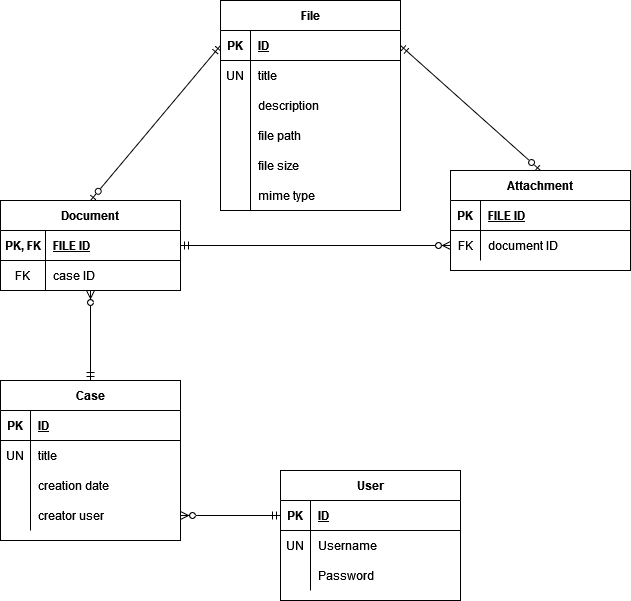
The draw.io diagram Models/models.drawio.png in EvalVis/Data-storage-simulator, before a commit. Source tidied: cells renumbered, new cells last; positions are measured from the earlier drawing's top-left corner, leaving out a move shared by most shapes.
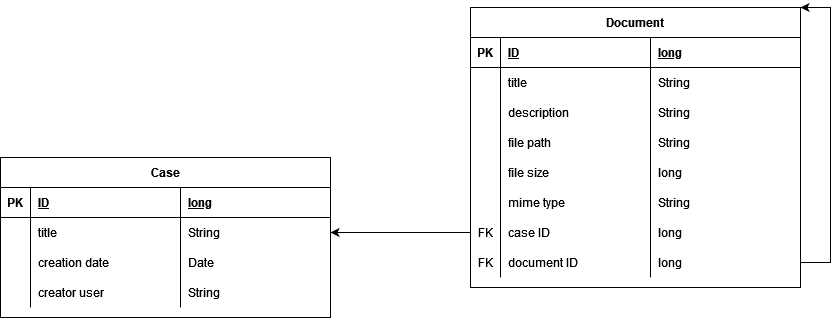
After the change.

Change to the diagram source:
```diff
@@ -5,6 +5,6 @@
     <mxCell id="2" value="Case" style="shape=table;startSize=30;rowLines=0;fontStyle=1;align=center;" parent="1" vertex="1">
-      <mxGeometry y="380" width="180" height="160" as="geometry" />
+      <mxGeometry x="-170" y="190" width="330" height="160" as="geometry" />
     </mxCell>
     <mxCell id="3" style="shape=tableRow;horizontal=0;startSize=0;swimlaneHead=0;swimlaneBody=0;fillColor=none;top=0;left=0;right=0;bottom=1;" parent="2" vertex="1">
-      <mxGeometry y="30" width="180" height="30" as="geometry" />
+      <mxGeometry y="30" width="330" height="30" as="geometry" />
     </mxCell>
@@ -16,6 +16,9 @@
     </mxCell>
+    <mxCell id="63" value="long" style="shape=partialRectangle;fillColor=none;top=0;left=0;bottom=0;right=0;align=left;spacingLeft=6;fontStyle=5;overflow=hidden;" parent="3" vertex="1">
+      <mxGeometry x="180" width="150" height="30" as="geometry" />
+    </mxCell>
     <mxCell id="6" style="shape=tableRow;horizontal=0;startSize=0;swimlaneHead=0;swimlaneBody=0;fillColor=none;points=[[0,0.5],[1,0.5]];portConstraint=eastwest;top=0;left=0;right=0;bottom=0;" parent="2" vertex="1">
-      <mxGeometry y="60" width="180" height="30" as="geometry" />
+      <mxGeometry y="60" width="330" height="30" as="geometry" />
     </mxCell>
-    <mxCell id="7" value="UN" style="shape=partialRectangle;fillColor=none;top=0;left=0;bottom=0;right=0;overflow=hidden;" parent="6" vertex="1">
+    <mxCell id="7" style="shape=partialRectangle;fillColor=none;top=0;left=0;bottom=0;right=0;overflow=hidden;" parent="6" vertex="1">
       <mxGeometry width="30" height="30" as="geometry" />
@@ -25,4 +28,7 @@
     </mxCell>
+    <mxCell id="64" value="String" style="shape=partialRectangle;fillColor=none;top=0;left=0;bottom=0;right=0;align=left;spacingLeft=6;overflow=hidden;" parent="6" vertex="1">
+      <mxGeometry x="180" width="150" height="30" as="geometry" />
+    </mxCell>
     <mxCell id="9" style="shape=tableRow;horizontal=0;startSize=0;swimlaneHead=0;swimlaneBody=0;fillColor=none;top=0;left=0;right=0;bottom=0;" parent="2" vertex="1">
-      <mxGeometry y="90" width="180" height="30" as="geometry" />
+      <mxGeometry y="90" width="330" height="30" as="geometry" />
     </mxCell>
@@ -34,4 +40,7 @@
     </mxCell>
+    <mxCell id="65" value="Date" style="shape=partialRectangle;fillColor=none;top=0;left=0;bottom=0;right=0;align=left;spacingLeft=6;overflow=hidden;" parent="9" vertex="1">
+      <mxGeometry x="180" width="150" height="30" as="geometry" />
+    </mxCell>
     <mxCell id="12" style="shape=tableRow;horizontal=0;startSize=0;swimlaneHead=0;swimlaneBody=0;fillColor=none;points=[[0,0.5],[1,0.5]];portConstraint=eastwest;top=0;left=0;right=0;bottom=0;" parent="2" vertex="1">
-      <mxGeometry y="120" width="180" height="30" as="geometry" />
+      <mxGeometry y="120" width="330" height="30" as="geometry" />
     </mxCell>
@@ -43,148 +52,115 @@
     </mxCell>
+    <mxCell id="66" value="String" style="shape=partialRectangle;fillColor=none;top=0;left=0;bottom=0;right=0;align=left;spacingLeft=6;overflow=hidden;" parent="12" vertex="1">
+      <mxGeometry x="180" width="150" height="30" as="geometry" />
+    </mxCell>
     <mxCell id="15" value="Document" style="shape=table;startSize=30;rowLines=0;fontStyle=1;align=center;" parent="1" vertex="1">
-      <mxGeometry y="200" width="180" height="90" as="geometry" />
+      <mxGeometry x="300" y="40" width="330" height="280" as="geometry" />
     </mxCell>
-    <mxCell id="16" style="shape=tableRow;horizontal=0;startSize=0;swimlaneHead=0;swimlaneBody=0;fillColor=none;points=[[0,0.5],[1,0.5]];portConstraint=eastwest;top=0;left=0;right=0;bottom=1;" parent="15" vertex="1">
-      <mxGeometry y="30" width="180" height="30" as="geometry" />
-    </mxCell>
-    <mxCell id="17" value="PK, FK" style="shape=partialRectangle;fillColor=none;top=0;left=0;bottom=0;right=0;fontStyle=1;overflow=hidden;" parent="16" vertex="1">
-      <mxGeometry width="45" height="30" as="geometry" />
-    </mxCell>
-    <mxCell id="18" value="FILE ID" style="shape=partialRectangle;fillColor=none;top=0;left=0;bottom=0;right=0;align=left;spacingLeft=6;fontStyle=5;overflow=hidden;" parent="16" vertex="1">
-      <mxGeometry x="45" width="135" height="30" as="geometry" />
-    </mxCell>
-    <mxCell id="19" style="shape=tableRow;horizontal=0;startSize=0;swimlaneHead=0;swimlaneBody=0;fillColor=none;top=0;left=0;right=0;bottom=0;" parent="15" vertex="1">
-      <mxGeometry y="60" width="180" height="30" as="geometry" />
-    </mxCell>
-    <mxCell id="20" value="FK" style="shape=partialRectangle;fillColor=none;top=0;left=0;bottom=0;right=0;overflow=hidden;" parent="19" vertex="1">
-      <mxGeometry width="45" height="30" as="geometry" />
-    </mxCell>
+    <mxCell id="67" style="shape=tableRow;horizontal=0;startSize=0;swimlaneHead=0;swimlaneBody=0;fillColor=none;top=0;left=0;right=0;bottom=1;" parent="15" vertex="1">
+      <mxGeometry y="30" width="330" height="30" as="geometry" />
+    </mxCell>
+    <mxCell id="68" value="PK" style="shape=partialRectangle;fillColor=none;top=0;left=0;bottom=0;right=0;fontStyle=1;overflow=hidden;" parent="67" vertex="1">
+      <mxGeometry width="30" height="30" as="geometry" />
+    </mxCell>
+    <mxCell id="69" value="ID" style="shape=partialRectangle;fillColor=none;top=0;left=0;bottom=0;right=0;align=left;spacingLeft=6;fontStyle=5;overflow=hidden;" parent="67" vertex="1">
+      <mxGeometry x="30" width="150" height="30" as="geometry" />
+    </mxCell>
+    <mxCell id="70" value="long" style="shape=partialRectangle;fillColor=none;top=0;left=0;bottom=0;right=0;align=left;spacingLeft=6;fontStyle=5;overflow=hidden;" parent="67" vertex="1">
+      <mxGeometry x="180" width="150" height="30" as="geometry" />
+    </mxCell>
+    <mxCell id="71" style="shape=tableRow;horizontal=0;startSize=0;swimlaneHead=0;swimlaneBody=0;fillColor=none;top=0;left=0;right=0;bottom=0;" parent="15" vertex="1">
+      <mxGeometry y="60" width="330" height="30" as="geometry" />
+    </mxCell>
+    <mxCell id="72" style="shape=partialRectangle;fillColor=none;top=0;left=0;bottom=0;right=0;overflow=hidden;" parent="71" vertex="1">
+      <mxGeometry width="30" height="30" as="geometry" />
+    </mxCell>
+    <mxCell id="47" value="title" style="shape=partialRectangle;fillColor=none;top=0;left=0;bottom=0;right=0;align=left;spacingLeft=6;overflow=hidden;" parent="71" vertex="1">
+      <mxGeometry x="30" width="150" height="30" as="geometry" />
+    </mxCell>
+    <mxCell id="73" value="String" style="shape=partialRectangle;fillColor=none;top=0;left=0;bottom=0;right=0;align=left;spacingLeft=6;overflow=hidden;" parent="71" vertex="1">
+      <mxGeometry x="180" width="150" height="30" as="geometry" />
+    </mxCell>
+    <mxCell id="74" style="shape=tableRow;horizontal=0;startSize=0;swimlaneHead=0;swimlaneBody=0;fillColor=none;top=0;left=0;right=0;bottom=0;" parent="15" vertex="1">
+      <mxGeometry y="90" width="330" height="30" as="geometry" />
+    </mxCell>
+    <mxCell id="75" style="shape=partialRectangle;fillColor=none;top=0;left=0;bottom=0;right=0;overflow=hidden;" parent="74" vertex="1">
+      <mxGeometry width="30" height="30" as="geometry" />
+    </mxCell>
+    <mxCell id="50" value="description" style="shape=partialRectangle;fillColor=none;top=0;left=0;bottom=0;right=0;align=left;spacingLeft=6;overflow=hidden;" parent="74" vertex="1">
+      <mxGeometry x="30" width="150" height="30" as="geometry" />
+    </mxCell>
+    <mxCell id="76" value="String" style="shape=partialRectangle;fillColor=none;top=0;left=0;bottom=0;right=0;align=left;spacingLeft=6;overflow=hidden;" parent="74" vertex="1">
+      <mxGeometry x="180" width="150" height="30" as="geometry" />
+    </mxCell>
+    <mxCell id="77" style="shape=tableRow;horizontal=0;startSize=0;swimlaneHead=0;swimlaneBody=0;fillColor=none;top=0;left=0;right=0;bottom=0;" parent="15" vertex="1">
+      <mxGeometry y="120" width="330" height="30" as="geometry" />
+    </mxCell>
+    <mxCell id="78" style="shape=partialRectangle;fillColor=none;top=0;left=0;bottom=0;right=0;overflow=hidden;" parent="77" vertex="1">
+      <mxGeometry width="30" height="30" as="geometry" />
+    </mxCell>
+    <mxCell id="53" value="file path" style="shape=partialRectangle;fillColor=none;top=0;left=0;bottom=0;right=0;align=left;spacingLeft=6;overflow=hidden;" parent="77" vertex="1">
+      <mxGeometry x="30" width="150" height="30" as="geometry" />
+    </mxCell>
+    <mxCell id="79" value="String" style="shape=partialRectangle;fillColor=none;top=0;left=0;bottom=0;right=0;align=left;spacingLeft=6;overflow=hidden;" parent="77" vertex="1">
+      <mxGeometry x="180" width="150" height="30" as="geometry" />
+    </mxCell>
+    <mxCell id="80" style="shape=tableRow;horizontal=0;startSize=0;swimlaneHead=0;swimlaneBody=0;fillColor=none;top=0;left=0;right=0;bottom=0;" parent="15" vertex="1">
+      <mxGeometry y="150" width="330" height="30" as="geometry" />
+    </mxCell>
+    <mxCell id="81" style="shape=partialRectangle;fillColor=none;top=0;left=0;bottom=0;right=0;overflow=hidden;" parent="80" vertex="1">
+      <mxGeometry width="30" height="30" as="geometry" />
+    </mxCell>
+    <mxCell id="56" value="file size" style="shape=partialRectangle;fillColor=none;top=0;left=0;bottom=0;right=0;align=left;spacingLeft=6;overflow=hidden;" parent="80" vertex="1">
+      <mxGeometry x="30" width="150" height="30" as="geometry" />
+    </mxCell>
+    <mxCell id="82" value="long" style="shape=partialRectangle;fillColor=none;top=0;left=0;bottom=0;right=0;align=left;spacingLeft=6;overflow=hidden;" parent="80" vertex="1">
+      <mxGeometry x="180" width="150" height="30" as="geometry" />
+    </mxCell>
+    <mxCell id="83" style="shape=tableRow;horizontal=0;startSize=0;swimlaneHead=0;swimlaneBody=0;fillColor=none;top=0;left=0;right=0;bottom=0;" parent="15" vertex="1">
+      <mxGeometry y="180" width="330" height="30" as="geometry" />
+    </mxCell>
+    <mxCell id="84" style="shape=partialRectangle;fillColor=none;top=0;left=0;bottom=0;right=0;overflow=hidden;" parent="83" vertex="1">
+      <mxGeometry width="30" height="30" as="geometry" />
+    </mxCell>
+    <mxCell id="59" value="mime type" style="shape=partialRectangle;fillColor=none;top=0;left=0;bottom=0;right=0;align=left;spacingLeft=6;overflow=hidden;" parent="83" vertex="1">
+      <mxGeometry x="30" width="150" height="30" as="geometry" />
+    </mxCell>
+    <mxCell id="85" value="String" style="shape=partialRectangle;fillColor=none;top=0;left=0;bottom=0;right=0;align=left;spacingLeft=6;overflow=hidden;" parent="83" vertex="1">
+      <mxGeometry x="180" width="150" height="30" as="geometry" />
+    </mxCell>
+    <mxCell id="86" style="shape=tableRow;horizontal=0;startSize=0;swimlaneHead=0;swimlaneBody=0;fillColor=none;points=[[0,0.5],[1,0.5]];portConstraint=eastwest;top=0;left=0;right=0;bottom=0;" parent="15" vertex="1">
+      <mxGeometry y="210" width="330" height="30" as="geometry" />
+    </mxCell>
+    <mxCell id="87" value="FK" style="shape=partialRectangle;fillColor=none;top=0;left=0;bottom=0;right=0;overflow=hidden;" parent="86" vertex="1">
+      <mxGeometry width="30" height="30" as="geometry" />
+    </mxCell>
-    <mxCell id="21" value="case ID" style="shape=partialRectangle;fillColor=none;top=0;left=0;bottom=0;right=0;align=left;spacingLeft=6;overflow=hidden;" parent="19" vertex="1">
-      <mxGeometry x="45" width="135" height="30" as="geometry" />
+    <mxCell id="21" value="case ID" style="shape=partialRectangle;fillColor=none;top=0;left=0;bottom=0;right=0;align=left;spacingLeft=6;overflow=hidden;" parent="86" vertex="1">
+      <mxGeometry x="30" width="150" height="30" as="geometry" />
     </mxCell>
-    <mxCell id="22" value="Attachment" style="shape=table;startSize=30;rowLines=0;fontStyle=1;align=center;" parent="1" vertex="1">
-      <mxGeometry x="450" y="170" width="180" height="100" as="geometry" />
-    </mxCell>
-    <mxCell id="23" style="shape=tableRow;horizontal=0;startSize=0;swimlaneHead=0;swimlaneBody=0;fillColor=none;top=0;left=0;right=0;bottom=1;" parent="22" vertex="1">
-      <mxGeometry y="30" width="180" height="30" as="geometry" />
-    </mxCell>
-    <mxCell id="24" value="PK" style="shape=partialRectangle;fillColor=none;top=0;left=0;bottom=0;right=0;fontStyle=1;overflow=hidden;" parent="23" vertex="1">
-      <mxGeometry width="30" height="30" as="geometry" />
-    </mxCell>
-    <mxCell id="25" value="FILE ID" style="shape=partialRectangle;fillColor=none;top=0;left=0;bottom=0;right=0;align=left;spacingLeft=6;fontStyle=5;overflow=hidden;" parent="23" vertex="1">
-      <mxGeometry x="30" width="150" height="30" as="geometry" />
-    </mxCell>
-    <mxCell id="26" style="shape=tableRow;horizontal=0;startSize=0;swimlaneHead=0;swimlaneBody=0;fillColor=none;points=[[0,0.5],[1,0.5]];portConstraint=eastwest;top=0;left=0;right=0;bottom=0;" parent="22" vertex="1">
-      <mxGeometry y="60" width="180" height="30" as="geometry" />
-    </mxCell>
-    <mxCell id="27" value="FK" style="shape=partialRectangle;fillColor=none;top=0;left=0;bottom=0;right=0;overflow=hidden;" parent="26" vertex="1">
-      <mxGeometry width="30" height="30" as="geometry" />
-    </mxCell>
+    <mxCell id="88" value="long" style="shape=partialRectangle;fillColor=none;top=0;left=0;bottom=0;right=0;align=left;spacingLeft=6;overflow=hidden;" parent="86" vertex="1">
+      <mxGeometry x="180" width="150" height="30" as="geometry" />
+    </mxCell>
+    <mxCell id="89" style="shape=tableRow;horizontal=0;startSize=0;swimlaneHead=0;swimlaneBody=0;fillColor=none;points=[[0,0.5],[1,0.5]];portConstraint=eastwest;top=0;left=0;right=0;bottom=0;" parent="15" vertex="1">
+      <mxGeometry y="240" width="330" height="30" as="geometry" />
+    </mxCell>
+    <mxCell id="90" value="FK" style="shape=partialRectangle;fillColor=none;top=0;left=0;bottom=0;right=0;overflow=hidden;" parent="89" vertex="1">
+      <mxGeometry width="30" height="30" as="geometry" />
+    </mxCell>
-    <mxCell id="28" value="document ID" style="shape=partialRectangle;fillColor=none;top=0;left=0;bottom=0;right=0;align=left;spacingLeft=6;overflow=hidden;" parent="26" vertex="1">
+    <mxCell id="28" value="document ID" style="shape=partialRectangle;fillColor=none;top=0;left=0;bottom=0;right=0;align=left;spacingLeft=6;overflow=hidden;" parent="89" vertex="1">
       <mxGeometry x="30" width="150" height="30" as="geometry" />
     </mxCell>
-    <mxCell id="29" style="endArrow=ERmandOne;html=1;rounded=0;entryX=1;entryY=0.5;entryDx=0;entryDy=0;exitX=0;exitY=0.5;exitDx=0;exitDy=0;startArrow=ERzeroToMany;startFill=0;endFill=0;" parent="1" edge="1" source="26" target="16">
-      <mxGeometry relative="1" as="geometry" />
-    </mxCell>
-    <mxCell id="30" value="User" style="shape=table;startSize=30;rowLines=0;fontStyle=1;align=center;" parent="1" vertex="1">
-      <mxGeometry x="280" y="470" width="180" height="130" as="geometry" />
-    </mxCell>
-    <mxCell id="31" style="shape=tableRow;horizontal=0;startSize=0;swimlaneHead=0;swimlaneBody=0;fillColor=none;points=[[0,0.5],[1,0.5]];portConstraint=eastwest;top=0;left=0;right=0;bottom=1;" parent="30" vertex="1">
-      <mxGeometry y="30" width="180" height="30" as="geometry" />
-    </mxCell>
-    <mxCell id="32" value="PK" style="shape=partialRectangle;fillColor=none;top=0;left=0;bottom=0;right=0;fontStyle=1;overflow=hidden;" parent="31" vertex="1">
-      <mxGeometry width="30" height="30" as="geometry" />
-    </mxCell>
-    <mxCell id="33" value="ID" style="shape=partialRectangle;fillColor=none;top=0;left=0;bottom=0;right=0;align=left;spacingLeft=6;fontStyle=5;overflow=hidden;" parent="31" vertex="1">
-      <mxGeometry x="30" width="150" height="30" as="geometry" />
-    </mxCell>
-    <mxCell id="34" style="shape=tableRow;horizontal=0;startSize=0;swimlaneHead=0;swimlaneBody=0;fillColor=none;top=0;left=0;right=0;bottom=0;" parent="30" vertex="1">
-      <mxGeometry y="60" width="180" height="30" as="geometry" />
-    </mxCell>
-    <mxCell id="35" value="UN" style="shape=partialRectangle;fillColor=none;top=0;left=0;bottom=0;right=0;overflow=hidden;" parent="34" vertex="1">
-      <mxGeometry width="30" height="30" as="geometry" />
-    </mxCell>
-    <mxCell id="36" value="Username" style="shape=partialRectangle;fillColor=none;top=0;left=0;bottom=0;right=0;align=left;spacingLeft=6;overflow=hidden;" parent="34" vertex="1">
-      <mxGeometry x="30" width="150" height="30" as="geometry" />
-    </mxCell>
-    <mxCell id="37" style="shape=tableRow;horizontal=0;startSize=0;swimlaneHead=0;swimlaneBody=0;fillColor=none;top=0;left=0;right=0;bottom=0;" parent="30" vertex="1">
-      <mxGeometry y="90" width="180" height="30" as="geometry" />
-    </mxCell>
-    <mxCell id="38" style="shape=partialRectangle;fillColor=none;top=0;left=0;bottom=0;right=0;overflow=hidden;" parent="37" vertex="1">
-      <mxGeometry width="30" height="30" as="geometry" />
-    </mxCell>
-    <mxCell id="39" value="Password" style="shape=partialRectangle;fillColor=none;top=0;left=0;bottom=0;right=0;align=left;spacingLeft=6;overflow=hidden;" parent="37" vertex="1">
-      <mxGeometry x="30" width="150" height="30" as="geometry" />
-    </mxCell>
-    <mxCell id="40" style="endArrow=ERmandOne;html=1;rounded=0;entryX=0;entryY=0.5;entryDx=0;entryDy=0;exitX=1;exitY=0.5;exitDx=0;exitDy=0;endFill=0;startArrow=ERzeroToMany;startFill=0;" parent="1" edge="1" source="12" target="31">
-      <mxGeometry relative="1" as="geometry" />
-    </mxCell>
-    <mxCell id="41" value="File" style="shape=table;startSize=30;rowLines=0;fontStyle=1;align=center;" parent="1" vertex="1">
-      <mxGeometry x="220" width="180" height="210" as="geometry" />
-    </mxCell>
-    <mxCell id="42" style="shape=tableRow;horizontal=0;startSize=0;swimlaneHead=0;swimlaneBody=0;fillColor=none;points=[[0,0.5],[1,0.5]];portConstraint=eastwest;top=0;left=0;right=0;bottom=1;" parent="41" vertex="1">
-      <mxGeometry y="30" width="180" height="30" as="geometry" />
-    </mxCell>
-    <mxCell id="43" value="PK" style="shape=partialRectangle;fillColor=none;top=0;left=0;bottom=0;right=0;fontStyle=1;overflow=hidden;" parent="42" vertex="1">
-      <mxGeometry width="30" height="30" as="geometry" />
-    </mxCell>
-    <mxCell id="44" value="ID" style="shape=partialRectangle;fillColor=none;top=0;left=0;bottom=0;right=0;align=left;spacingLeft=6;fontStyle=5;overflow=hidden;" parent="42" vertex="1">
-      <mxGeometry x="30" width="150" height="30" as="geometry" />
-    </mxCell>
-    <mxCell id="45" style="shape=tableRow;horizontal=0;startSize=0;swimlaneHead=0;swimlaneBody=0;fillColor=none;top=0;left=0;right=0;bottom=0;" parent="41" vertex="1">
-      <mxGeometry y="60" width="180" height="30" as="geometry" />
-    </mxCell>
-    <mxCell id="46" value="UN" style="shape=partialRectangle;fillColor=none;top=0;left=0;bottom=0;right=0;overflow=hidden;" parent="45" vertex="1">
-      <mxGeometry width="30" height="30" as="geometry" />
-    </mxCell>
-    <mxCell id="47" value="title" style="shape=partialRectangle;fillColor=none;top=0;left=0;bottom=0;right=0;align=left;spacingLeft=6;overflow=hidden;" parent="45" vertex="1">
-      <mxGeometry x="30" width="150" height="30" as="geometry" />
-    </mxCell>
-    <mxCell id="48" style="shape=tableRow;horizontal=0;startSize=0;swimlaneHead=0;swimlaneBody=0;fillColor=none;top=0;left=0;right=0;bottom=0;" parent="41" vertex="1">
-      <mxGeometry y="90" width="180" height="30" as="geometry" />
-    </mxCell>
-    <mxCell id="49" style="shape=partialRectangle;fillColor=none;top=0;left=0;bottom=0;right=0;overflow=hidden;" parent="48" vertex="1">
-      <mxGeometry width="30" height="30" as="geometry" />
-    </mxCell>
-    <mxCell id="50" value="description" style="shape=partialRectangle;fillColor=none;top=0;left=0;bottom=0;right=0;align=left;spacingLeft=6;overflow=hidden;" parent="48" vertex="1">
-      <mxGeometry x="30" width="150" height="30" as="geometry" />
-    </mxCell>
-    <mxCell id="51" style="shape=tableRow;horizontal=0;startSize=0;swimlaneHead=0;swimlaneBody=0;fillColor=none;top=0;left=0;right=0;bottom=0;" parent="41" vertex="1">
-      <mxGeometry y="120" width="180" height="30" as="geometry" />
-    </mxCell>
-    <mxCell id="52" style="shape=partialRectangle;fillColor=none;top=0;left=0;bottom=0;right=0;overflow=hidden;" parent="51" vertex="1">
-      <mxGeometry width="30" height="30" as="geometry" />
-    </mxCell>
-    <mxCell id="53" value="file path" style="shape=partialRectangle;fillColor=none;top=0;left=0;bottom=0;right=0;align=left;spacingLeft=6;overflow=hidden;" parent="51" vertex="1">
-      <mxGeometry x="30" width="150" height="30" as="geometry" />
-    </mxCell>
-    <mxCell id="54" style="shape=tableRow;horizontal=0;startSize=0;swimlaneHead=0;swimlaneBody=0;fillColor=none;top=0;left=0;right=0;bottom=0;" parent="41" vertex="1">
-      <mxGeometry y="150" width="180" height="30" as="geometry" />
-    </mxCell>
-    <mxCell id="55" style="shape=partialRectangle;fillColor=none;top=0;left=0;bottom=0;right=0;overflow=hidden;" parent="54" vertex="1">
-      <mxGeometry width="30" height="30" as="geometry" />
-    </mxCell>
-    <mxCell id="56" value="file size" style="shape=partialRectangle;fillColor=none;top=0;left=0;bottom=0;right=0;align=left;spacingLeft=6;overflow=hidden;" parent="54" vertex="1">
-      <mxGeometry x="30" width="150" height="30" as="geometry" />
-    </mxCell>
-    <mxCell id="57" style="shape=tableRow;horizontal=0;startSize=0;swimlaneHead=0;swimlaneBody=0;fillColor=none;top=0;left=0;right=0;bottom=0;" parent="41" vertex="1">
-      <mxGeometry y="180" width="180" height="30" as="geometry" />
-    </mxCell>
-    <mxCell id="58" style="shape=partialRectangle;fillColor=none;top=0;left=0;bottom=0;right=0;overflow=hidden;" parent="57" vertex="1">
-      <mxGeometry width="30" height="30" as="geometry" />
-    </mxCell>
-    <mxCell id="59" value="mime type" style="shape=partialRectangle;fillColor=none;top=0;left=0;bottom=0;right=0;align=left;spacingLeft=6;overflow=hidden;" parent="57" vertex="1">
-      <mxGeometry x="30" width="150" height="30" as="geometry" />
-    </mxCell>
-    <mxCell id="60" style="endArrow=ERmandOne;html=1;rounded=0;exitX=0.5;exitY=0;exitDx=0;exitDy=0;entryX=0;entryY=0.5;entryDx=0;entryDy=0;endFill=0;startArrow=ERzeroToOne;startFill=0;" parent="1" edge="1" source="15" target="42">
-      <mxGeometry relative="1" as="geometry" />
-    </mxCell>
-    <mxCell id="61" style="endArrow=ERmandOne;html=1;rounded=0;exitX=0.5;exitY=0;exitDx=0;exitDy=0;entryX=1;entryY=0.5;entryDx=0;entryDy=0;endFill=0;startArrow=ERzeroToOne;startFill=0;" parent="1" edge="1" source="22" target="42">
-      <mxGeometry relative="1" as="geometry" />
-    </mxCell>
-    <mxCell id="62" style="endArrow=ERmandOne;html=1;rounded=0;entryX=0.5;entryY=0;entryDx=0;entryDy=0;endFill=0;startArrow=ERzeroToMany;startFill=0;" parent="1" edge="1" target="2">
-      <mxGeometry relative="1" as="geometry">
-        <mxPoint x="90" y="290" as="sourcePoint" />
-      </mxGeometry>
-    </mxCell>
+    <mxCell id="91" value="long" style="shape=partialRectangle;fillColor=none;top=0;left=0;bottom=0;right=0;align=left;spacingLeft=6;overflow=hidden;" parent="89" vertex="1">
+      <mxGeometry x="180" width="150" height="30" as="geometry" />
+    </mxCell>
+    <mxCell id="92" style="endArrow=classic;html=1;rounded=0;exitX=1;exitY=0.5;exitDx=0;exitDy=0;entryX=1;entryY=0;entryDx=0;entryDy=0;" parent="15" edge="1" source="89" target="15">
+      <mxGeometry relative="1" as="geometry">
+        <Array as="points">
+          <mxPoint x="360" y="255" />
+          <mxPoint x="360" />
+        </Array>
+      </mxGeometry>
+    </mxCell>
+    <mxCell id="93" style="endArrow=classic;html=1;rounded=0;exitX=0;exitY=0.5;exitDx=0;exitDy=0;entryX=1;entryY=0.5;entryDx=0;entryDy=0;" parent="1" edge="1" source="86" target="6">
+      <mxGeometry relative="1" as="geometry" />
+    </mxCell>
   </root>
```
